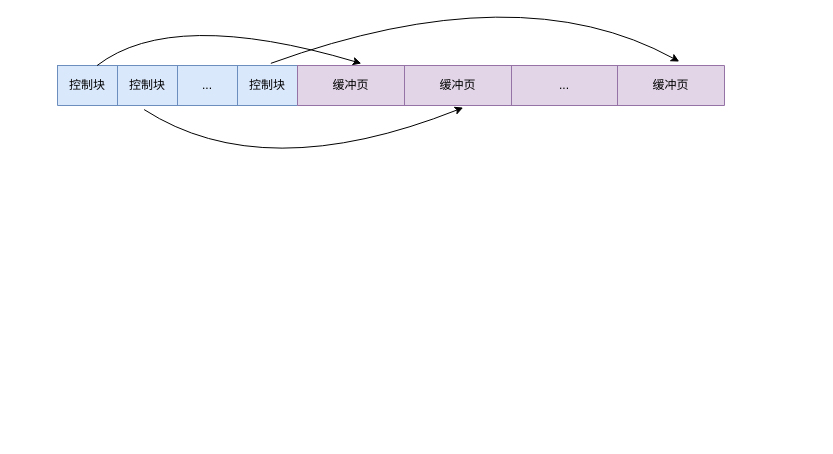
Above: MySQL是怎样运行的.drawio in HoShum/drawio (draw.io), before the change. Source tidied: cells renumbered, new cells numbered last; positions are measured from the earlier drawing's top-left corner, leaving out a move shared by most shapes. Both pictures are drawn from the tidied source at 100%, with x=0, y=0 at pixel (57, -27).
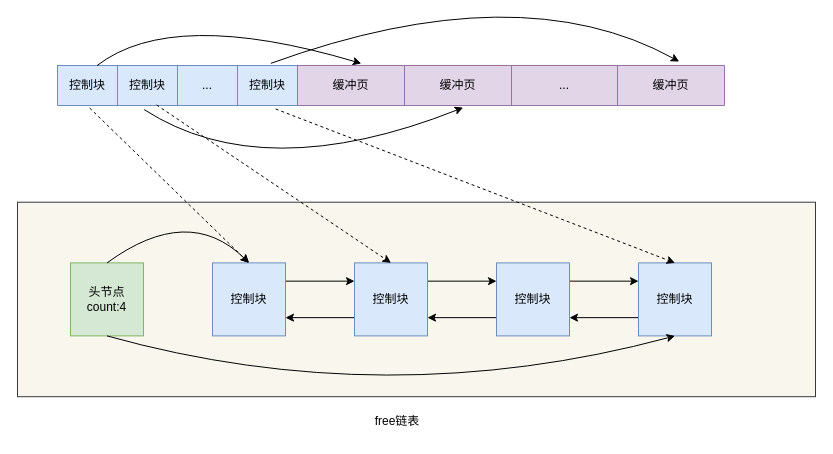
After the change.

Commit message (it also covers changes not shown here):
更新MySQL是怎样运行的.drawio

Unchanged cells that the change refers to:
```xml
<mxCell id="4" style="shape=tableRow;horizontal=0;startSize=0;swimlaneHead=0;swimlaneBody=0;strokeColor=inherit;top=0;left=0;bottom=0;right=0;fillColor=none;points=[[0,0.5],[1,0.5]];portConstraint=eastwest;" parent="3" vertex="1">
  <mxGeometry width="240" height="40" as="geometry" />
</mxCell>
```

Diff of the diagram source:
```diff
@@
+    <mxCell id="18" style="rounded=0;whiteSpace=wrap;html=1;fillColor=#f9f7ed;strokeColor=#36393d;" parent="1" vertex="1">
+      <mxGeometry x="-40" y="228.7" width="798" height="194.5" as="geometry" />
+    </mxCell>
@@
+    <mxCell id="19" style="edgeStyle=orthogonalEdgeStyle;rounded=0;jettySize=auto;html=1;exitX=1;exitY=0.25;exitDx=0;exitDy=0;entryX=0;entryY=0.25;entryDx=0;entryDy=0;" parent="1" edge="1" source="20" target="23">
+      <mxGeometry relative="1" as="geometry" />
+    </mxCell>
+    <mxCell id="20" value="控制块" style="whiteSpace=wrap;html=1;fillColor=#dae8fc;strokeColor=#6c8ebf;" parent="1" vertex="1">
+      <mxGeometry x="155" y="289.4" width="73" height="73" as="geometry" />
+    </mxCell>
+    <mxCell id="21" style="edgeStyle=orthogonalEdgeStyle;rounded=0;jettySize=auto;html=1;exitX=0;exitY=0.75;exitDx=0;exitDy=0;entryX=1;entryY=0.75;entryDx=0;entryDy=0;" parent="1" edge="1" source="23" target="20">
+      <mxGeometry relative="1" as="geometry" />
+    </mxCell>
+    <mxCell id="22" style="edgeStyle=orthogonalEdgeStyle;rounded=0;jettySize=auto;html=1;exitX=1;exitY=0.25;exitDx=0;exitDy=0;entryX=0;entryY=0.25;entryDx=0;entryDy=0;" parent="1" edge="1" source="23" target="26">
+      <mxGeometry relative="1" as="geometry" />
+    </mxCell>
+    <mxCell id="23" value="控制块" style="whiteSpace=wrap;html=1;fillColor=#dae8fc;strokeColor=#6c8ebf;" parent="1" vertex="1">
+      <mxGeometry x="297" y="289.4" width="73" height="73" as="geometry" />
+    </mxCell>
+    <mxCell id="24" style="edgeStyle=orthogonalEdgeStyle;rounded=0;jettySize=auto;html=1;exitX=0;exitY=0.75;exitDx=0;exitDy=0;entryX=1;entryY=0.75;entryDx=0;entryDy=0;" parent="1" edge="1" source="26" target="23">
+      <mxGeometry relative="1" as="geometry" />
+    </mxCell>
+    <mxCell id="25" style="edgeStyle=orthogonalEdgeStyle;rounded=0;jettySize=auto;html=1;exitX=1;exitY=0.25;exitDx=0;exitDy=0;entryX=0;entryY=0.25;entryDx=0;entryDy=0;" parent="1" edge="1" source="26" target="28">
+      <mxGeometry relative="1" as="geometry" />
+    </mxCell>
+    <mxCell id="26" value="控制块" style="whiteSpace=wrap;html=1;fillColor=#dae8fc;strokeColor=#6c8ebf;" parent="1" vertex="1">
+      <mxGeometry x="439" y="289.4" width="73" height="73" as="geometry" />
+    </mxCell>
+    <mxCell id="27" style="edgeStyle=orthogonalEdgeStyle;rounded=0;jettySize=auto;html=1;exitX=0;exitY=0.75;exitDx=0;exitDy=0;entryX=1;entryY=0.75;entryDx=0;entryDy=0;" parent="1" edge="1" source="28" target="26">
+      <mxGeometry relative="1" as="geometry" />
+    </mxCell>
+    <mxCell id="28" value="控制块" style="whiteSpace=wrap;html=1;fillColor=#dae8fc;strokeColor=#6c8ebf;" parent="1" vertex="1">
+      <mxGeometry x="581" y="289.4" width="73" height="73" as="geometry" />
+    </mxCell>
+    <mxCell id="29" value="头节点&lt;br&gt;count:4" style="whiteSpace=wrap;html=1;fillColor=#d5e8d4;strokeColor=#82b366;" parent="1" vertex="1">
+      <mxGeometry x="13" y="289.4" width="73" height="73" as="geometry" />
+    </mxCell>
+    <mxCell id="30" style="curved=1;endArrow=classic;html=1;rounded=0;exitX=0.5;exitY=0;exitDx=0;exitDy=0;entryX=0.5;entryY=0;entryDx=0;entryDy=0;" parent="1" edge="1" source="29" target="20">
+      <mxGeometry relative="1" as="geometry">
+        <Array as="points">
+          <mxPoint x="131" y="229.9" />
+        </Array>
+      </mxGeometry>
+    </mxCell>
+    <mxCell id="31" style="curved=1;endArrow=classic;html=1;rounded=0;exitX=0.5;exitY=1;exitDx=0;exitDy=0;entryX=0.5;entryY=1;entryDx=0;entryDy=0;" parent="1" edge="1" source="29" target="28">
+      <mxGeometry relative="1" as="geometry">
+        <Array as="points">
+          <mxPoint x="328" y="439.9" />
+        </Array>
+      </mxGeometry>
+    </mxCell>
+    <mxCell id="32" style="endArrow=classic;html=1;rounded=0;exitX=0.134;exitY=1.062;exitDx=0;exitDy=0;exitPerimeter=0;entryX=0.5;entryY=0;entryDx=0;entryDy=0;dashed=1;" parent="1" edge="1" source="4" target="20">
+      <mxGeometry relative="1" as="geometry" />
+    </mxCell>
+    <mxCell id="33" style="endArrow=classic;html=1;rounded=0;exitX=0.413;exitY=0.987;exitDx=0;exitDy=0;exitPerimeter=0;entryX=0.5;entryY=0;entryDx=0;entryDy=0;dashed=1;" parent="1" edge="1" source="4" target="23">
+      <mxGeometry relative="1" as="geometry" />
+    </mxCell>
+    <mxCell id="34" style="endArrow=classic;html=1;rounded=0;exitX=0.909;exitY=1.087;exitDx=0;exitDy=0;exitPerimeter=0;entryX=0.5;entryY=0;entryDx=0;entryDy=0;dashed=1;" parent="1" edge="1" source="4" target="28">
+      <mxGeometry relative="1" as="geometry" />
+    </mxCell>
+    <mxCell id="35" value="free链表" style="text;html=1;strokeColor=none;fillColor=none;align=center;verticalAlign=middle;whiteSpace=wrap;rounded=0;" parent="1" vertex="1">
+      <mxGeometry x="310" y="432.9" width="60" height="30" as="geometry" />
+    </mxCell>
```
